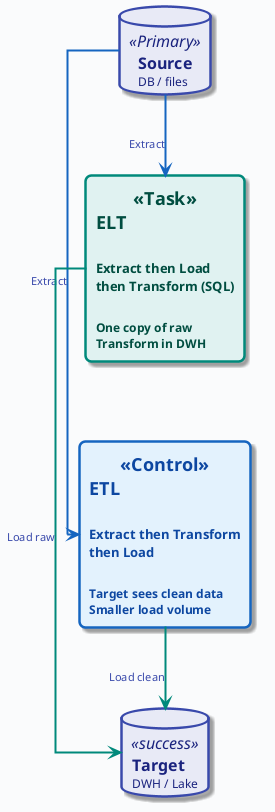
Above: diagrams/week04/week4_etl_vs_elt.png in OrPerets/data-engineering-course (PlantUML), before the change.
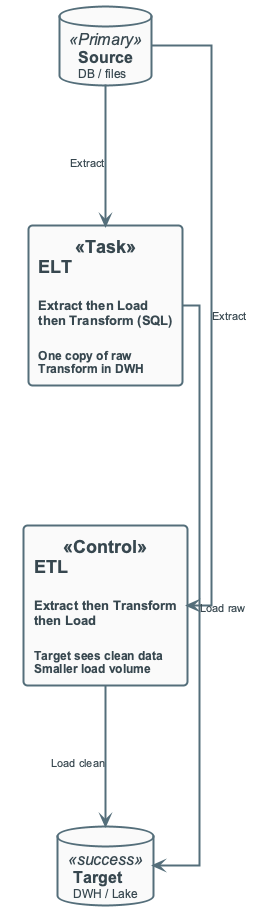
Above is the later version.

Diff of the diagram source:
```diff
@@ -11,10 +11,10 @@
 database "**Source**\n<size:12>DB / files</size>" as SRC <<Primary>>
 database "**Target**\n<size:12>DWH / Lake</size>" as TGT <<success>>
 
-SRC -right[#1565C0,thickness=2]-> ETL : <size:11>Extract</size>
-SRC -right[#1565C0,thickness=2]-> ELT : <size:11>Extract</size>
-ETL -right[#00897B,thickness=2]-> TGT : <size:11>Load clean</size>
-ELT -right[#00897B,thickness=2]-> TGT : <size:11>Load raw</size>
+SRC -right-> ETL : <size:11>Extract</size>
+SRC -right-> ELT : <size:11>Extract</size>
+ETL -right-> TGT : <size:11>Load clean</size>
+ELT -right-> TGT : <size:11>Load raw</size>
 TGT -[hidden]right- ELT
 
 @enduml
```
